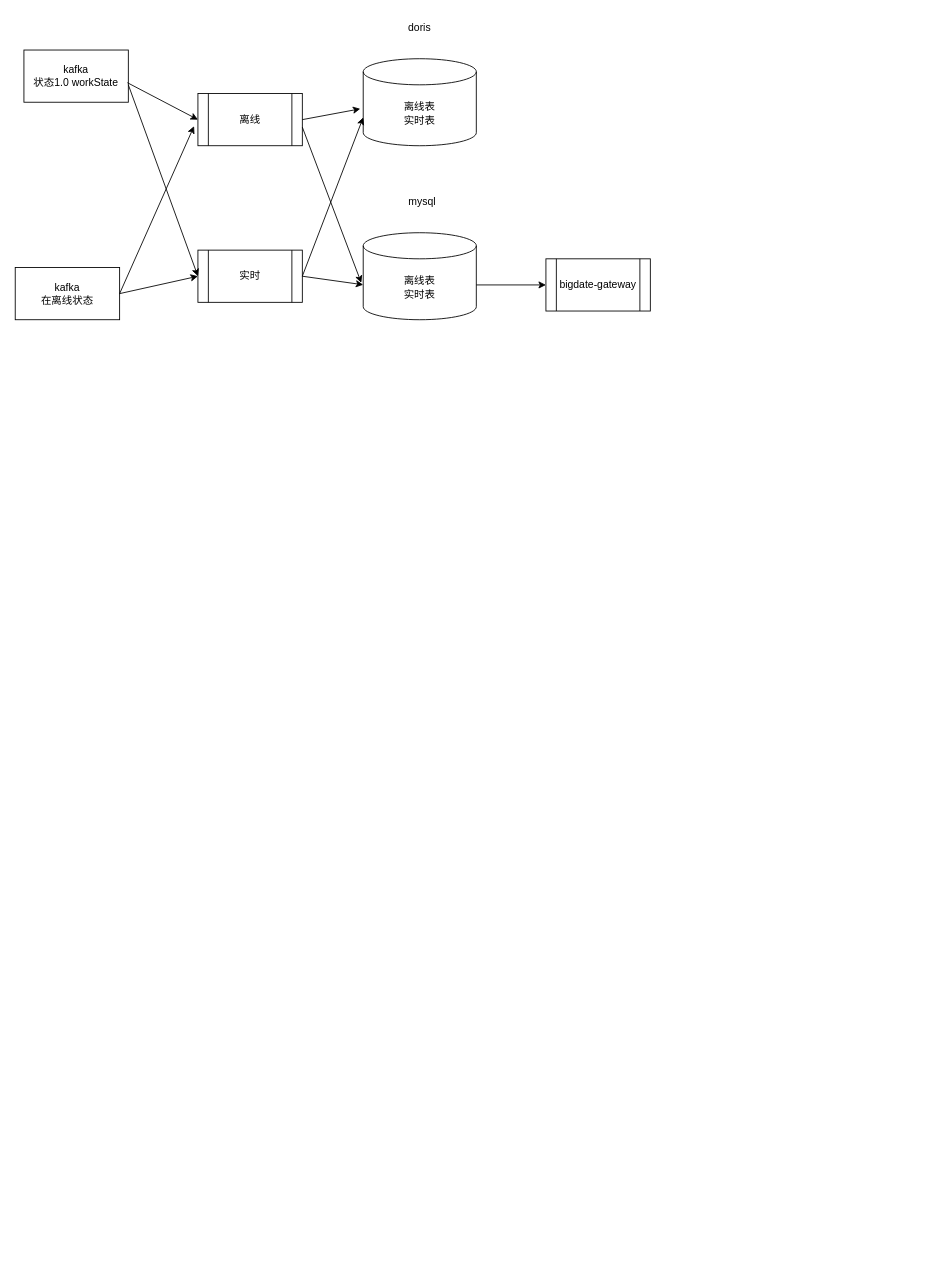
Before: 工作在离线转图.drawio in stgztsw/diagrams, a draw.io diagram. Source tidied: cells renumbered, new cells numbered last; positions are measured from the earlier drawing's top-left corner, leaving out a move shared by most shapes. Both pictures are drawn from the tidied source at 87%, with x=0, y=0 at pixel (15, 15).
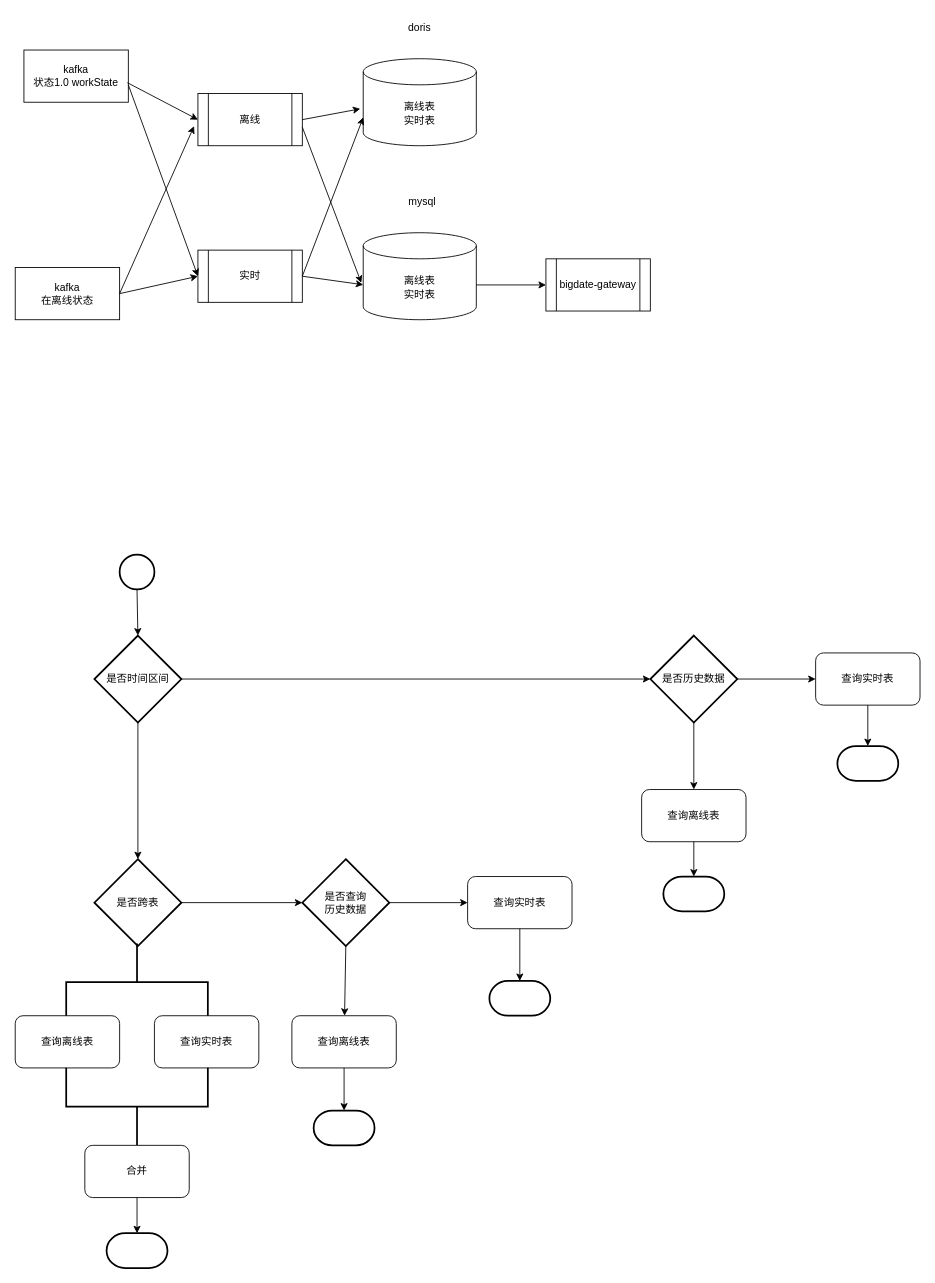
After the change.

Commit message:
更新工作在离线转图.drawio

The edit, as a diff of the source:
```diff
@@
+    <mxCell id="20" value="是否时间区间" style="strokeWidth=2;html=1;shape=mxgraph.flowchart.decision;whiteSpace=wrap;" parent="1" vertex="1">
+      <mxGeometry x="91" y="713" width="100" height="100" as="geometry" />
+    </mxCell>
+    <mxCell id="21" style="strokeWidth=2;html=1;shape=mxgraph.flowchart.start_2;whiteSpace=wrap;" parent="1" vertex="1">
+      <mxGeometry x="120" y="620" width="40" height="40" as="geometry" />
+    </mxCell>
+    <mxCell id="22" style="endArrow=classic;html=1;rounded=0;exitX=0.5;exitY=1;exitDx=0;exitDy=0;exitPerimeter=0;entryX=0.5;entryY=0;entryDx=0;entryDy=0;entryPerimeter=0;" parent="1" edge="1" source="21" target="20">
+      <mxGeometry relative="1" as="geometry" />
+    </mxCell>
+    <mxCell id="23" value="是否历史数据" style="strokeWidth=2;html=1;shape=mxgraph.flowchart.decision;whiteSpace=wrap;" parent="1" vertex="1">
+      <mxGeometry x="730" y="713" width="100" height="100" as="geometry" />
+    </mxCell>
+    <mxCell id="24" style="endArrow=classic;html=1;rounded=0;exitX=1;exitY=0.5;exitDx=0;exitDy=0;exitPerimeter=0;entryX=0;entryY=0.5;entryDx=0;entryDy=0;entryPerimeter=0;" parent="1" edge="1" source="20" target="23">
+      <mxGeometry relative="1" as="geometry" />
+    </mxCell>
+    <mxCell id="25" value="查询离线表" style="rounded=1;whiteSpace=wrap;html=1;" parent="1" vertex="1">
+      <mxGeometry x="720" y="890" width="120" height="60" as="geometry" />
+    </mxCell>
+    <mxCell id="26" style="endArrow=classic;html=1;rounded=0;exitX=0.5;exitY=1;exitDx=0;exitDy=0;exitPerimeter=0;" parent="1" edge="1" source="23" target="25">
+      <mxGeometry relative="1" as="geometry" />
+    </mxCell>
+    <mxCell id="27" value="查询实时表" style="rounded=1;whiteSpace=wrap;html=1;" parent="1" vertex="1">
+      <mxGeometry x="920" y="733" width="120" height="60" as="geometry" />
+    </mxCell>
+    <mxCell id="28" style="endArrow=classic;html=1;rounded=0;exitX=1;exitY=0.5;exitDx=0;exitDy=0;exitPerimeter=0;entryX=0;entryY=0.5;entryDx=0;entryDy=0;" parent="1" edge="1" source="23" target="27">
+      <mxGeometry relative="1" as="geometry" />
+    </mxCell>
+    <mxCell id="29" value="是否跨表" style="strokeWidth=2;html=1;shape=mxgraph.flowchart.decision;whiteSpace=wrap;" parent="1" vertex="1">
+      <mxGeometry x="91" y="970" width="100" height="100" as="geometry" />
+    </mxCell>
+    <mxCell id="30" style="endArrow=classic;html=1;rounded=0;exitX=0.5;exitY=1;exitDx=0;exitDy=0;exitPerimeter=0;" parent="1" edge="1" source="20" target="29">
+      <mxGeometry relative="1" as="geometry" />
+    </mxCell>
+    <mxCell id="31" value="是否查询&lt;br&gt;历史数据" style="strokeWidth=2;html=1;shape=mxgraph.flowchart.decision;whiteSpace=wrap;" parent="1" vertex="1">
+      <mxGeometry x="330" y="970" width="100" height="100" as="geometry" />
+    </mxCell>
+    <mxCell id="32" style="endArrow=classic;html=1;rounded=0;exitX=1;exitY=0.5;exitDx=0;exitDy=0;exitPerimeter=0;entryX=0;entryY=0.5;entryDx=0;entryDy=0;entryPerimeter=0;" parent="1" edge="1" source="29" target="31">
+      <mxGeometry relative="1" as="geometry" />
+    </mxCell>
+    <mxCell id="33" style="strokeWidth=2;html=1;shape=mxgraph.flowchart.annotation_2;align=left;labelPosition=right;rotation=90;" parent="1" vertex="1">
+      <mxGeometry x="95.5" y="1030" width="89" height="162.8" as="geometry" />
+    </mxCell>
+    <mxCell id="34" style="strokeWidth=2;html=1;shape=mxgraph.flowchart.terminator;whiteSpace=wrap;" parent="1" vertex="1">
+      <mxGeometry x="745" y="990" width="70" height="40" as="geometry" />
+    </mxCell>
+    <mxCell id="35" style="endArrow=classic;html=1;rounded=0;exitX=0.5;exitY=1;exitDx=0;exitDy=0;" parent="1" edge="1" source="25" target="34">
+      <mxGeometry relative="1" as="geometry" />
+    </mxCell>
+    <mxCell id="36" style="strokeWidth=2;html=1;shape=mxgraph.flowchart.terminator;whiteSpace=wrap;" parent="1" vertex="1">
+      <mxGeometry x="945" y="840" width="70" height="40" as="geometry" />
+    </mxCell>
+    <mxCell id="37" style="endArrow=classic;html=1;rounded=0;exitX=0.5;exitY=1;exitDx=0;exitDy=0;entryX=0.5;entryY=0;entryDx=0;entryDy=0;entryPerimeter=0;" parent="1" edge="1" source="27" target="36">
+      <mxGeometry relative="1" as="geometry" />
+    </mxCell>
+    <mxCell id="38" value="查询实时表" style="rounded=1;whiteSpace=wrap;html=1;" parent="1" vertex="1">
+      <mxGeometry x="160" y="1150" width="120" height="60" as="geometry" />
+    </mxCell>
+    <mxCell id="39" value="查询离线表" style="rounded=1;whiteSpace=wrap;html=1;" parent="1" vertex="1">
+      <mxGeometry y="1150" width="120" height="60" as="geometry" />
+    </mxCell>
+    <mxCell id="40" style="strokeWidth=2;html=1;shape=mxgraph.flowchart.annotation_2;align=left;labelPosition=right;rotation=-90;" parent="1" vertex="1">
+      <mxGeometry x="95.5" y="1173" width="89" height="162.8" as="geometry" />
+    </mxCell>
+    <mxCell id="41" value="合并" style="rounded=1;whiteSpace=wrap;html=1;" parent="1" vertex="1">
+      <mxGeometry x="80" y="1299" width="120" height="60" as="geometry" />
+    </mxCell>
+    <mxCell id="42" style="strokeWidth=2;html=1;shape=mxgraph.flowchart.terminator;whiteSpace=wrap;" parent="1" vertex="1">
+      <mxGeometry x="105" y="1400" width="70" height="40" as="geometry" />
+    </mxCell>
+    <mxCell id="43" style="endArrow=classic;html=1;rounded=0;exitX=0.5;exitY=1;exitDx=0;exitDy=0;entryX=0.5;entryY=0;entryDx=0;entryDy=0;entryPerimeter=0;" parent="1" edge="1" source="41" target="42">
+      <mxGeometry relative="1" as="geometry" />
+    </mxCell>
+    <mxCell id="44" value="查询离线表" style="rounded=1;whiteSpace=wrap;html=1;" parent="1" vertex="1">
+      <mxGeometry x="318" y="1150" width="120" height="60" as="geometry" />
+    </mxCell>
+    <mxCell id="45" style="endArrow=classic;html=1;rounded=0;exitX=0.5;exitY=1;exitDx=0;exitDy=0;exitPerimeter=0;" parent="1" edge="1" source="31" target="44">
+      <mxGeometry relative="1" as="geometry" />
+    </mxCell>
+    <mxCell id="46" style="endArrow=classic;html=1;rounded=0;exitX=0.5;exitY=1;exitDx=0;exitDy=0;" parent="1" edge="1" source="44" target="47">
+      <mxGeometry relative="1" as="geometry" />
+    </mxCell>
+    <mxCell id="47" style="strokeWidth=2;html=1;shape=mxgraph.flowchart.terminator;whiteSpace=wrap;" parent="1" vertex="1">
+      <mxGeometry x="343" y="1259" width="70" height="40" as="geometry" />
+    </mxCell>
+    <mxCell id="48" value="查询实时表" style="rounded=1;whiteSpace=wrap;html=1;" parent="1" vertex="1">
+      <mxGeometry x="520" y="990" width="120" height="60" as="geometry" />
+    </mxCell>
+    <mxCell id="49" style="endArrow=classic;html=1;rounded=0;exitX=1;exitY=0.5;exitDx=0;exitDy=0;exitPerimeter=0;entryX=0;entryY=0.5;entryDx=0;entryDy=0;" parent="1" edge="1" source="31" target="48">
+      <mxGeometry relative="1" as="geometry" />
+    </mxCell>
+    <mxCell id="50" style="strokeWidth=2;html=1;shape=mxgraph.flowchart.terminator;whiteSpace=wrap;" parent="1" vertex="1">
+      <mxGeometry x="545" y="1110" width="70" height="40" as="geometry" />
+    </mxCell>
+    <mxCell id="51" style="endArrow=classic;html=1;rounded=0;exitX=0.5;exitY=1;exitDx=0;exitDy=0;entryX=0.5;entryY=0;entryDx=0;entryDy=0;entryPerimeter=0;" parent="1" edge="1" source="48" target="50">
+      <mxGeometry relative="1" as="geometry" />
+    </mxCell>
```
